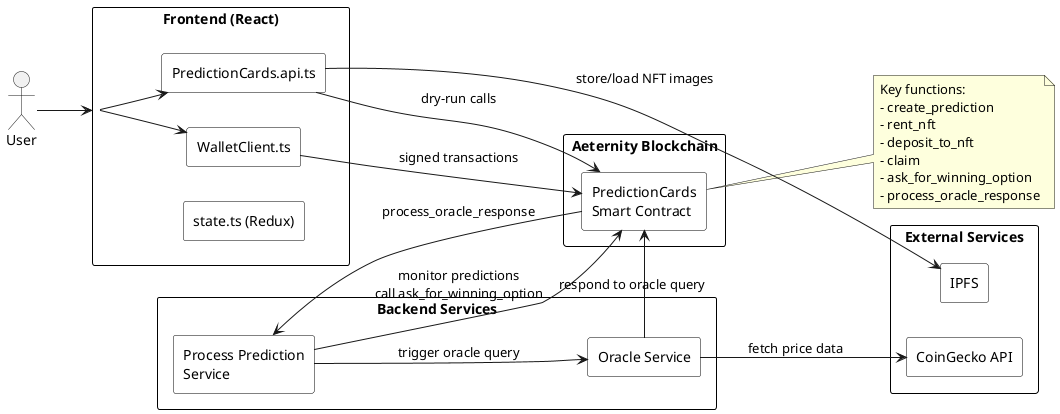
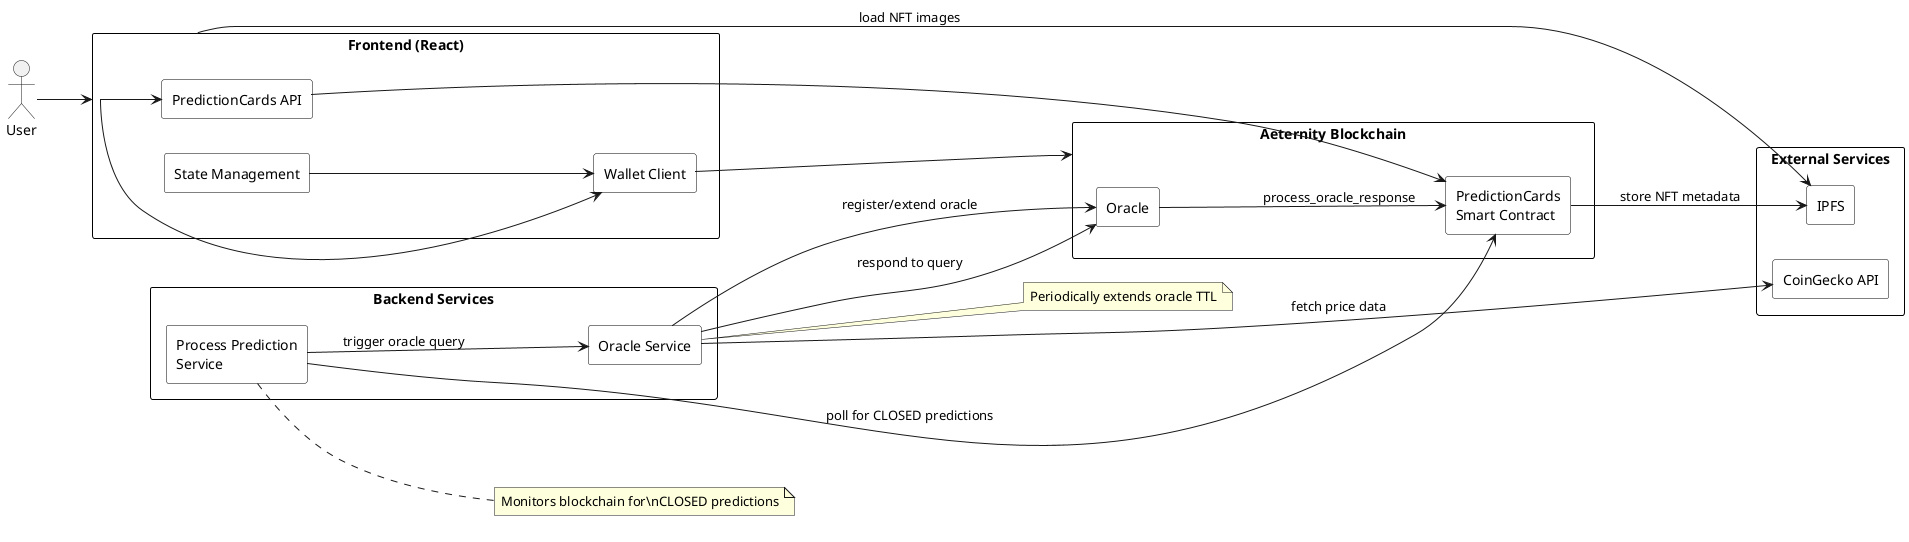
@startuml kryptokrauts_ae-prediction-cards
skinparam rectangle {
  BackgroundColor #ffffff
  BorderColor black
  Style roundrect
}
left to right direction

actor User

- rectangle "Frontend (React)" as FE {
-   rectangle "WalletClient.ts" as WalletClient
-   rectangle "PredictionCards.api.ts" as PredictionAPI
-   rectangle "state.ts (Redux)" as Redux
+ rectangle "Frontend (React)" as Frontend {
+   rectangle "Wallet Client" as WalletClient
+   rectangle "PredictionCards API" as PredictionAPI
+   rectangle "State Management" as State
}

rectangle "Aeternity Blockchain" as Blockchain {
  rectangle "PredictionCards\nSmart Contract" as Contract
+   rectangle "Oracle" as Oracle
}

- rectangle "Backend Services" {
+ rectangle "Backend Services" as Backend {
+   rectangle "Process Prediction\nService" as PredictionService
  rectangle "Oracle Service" as OracleService
-   rectangle "Process Prediction\nService" as PredictionService
}

- rectangle "External Services" {
+ rectangle "External Services" as External {
  rectangle "CoinGecko API" as CoinGecko
  rectangle "IPFS" as IPFS
}

- User --> FE
- FE --> WalletClient
- FE --> PredictionAPI
- PredictionAPI --> Contract : dry-run calls
- WalletClient --> Contract : signed transactions
- PredictionAPI --> IPFS : store/load NFT images
+ ' Frontend connections
+ User --> Frontend
+ Frontend --> WalletClient
+ Frontend --> PredictionAPI
+ PredictionAPI --> Contract
+ WalletClient --> Blockchain
+ State --> WalletClient

- PredictionService --> Contract : monitor predictions\ncall ask_for_winning_option
- Contract --> PredictionService : process_oracle_response
+ ' Backend services
+ PredictionService --> Contract : poll for CLOSED predictions
PredictionService --> OracleService : trigger oracle query
- OracleService --> Contract : respond to oracle query
+ OracleService --> Oracle : register/extend oracle
OracleService --> CoinGecko : fetch price data
+ OracleService --> Oracle : respond to query
+ Oracle --> Contract : process_oracle_response

- note right of Contract
-   Key functions:
-   - create_prediction
-   - rent_nft
-   - deposit_to_nft
-   - claim
-   - ask_for_winning_option
-   - process_oracle_response
+ ' External services
+ Frontend --> IPFS : load NFT images
+ Contract --> IPFS : store NFT metadata
+ 
+ note right of OracleService
+   Periodically extends oracle TTL
+ end note
+ 
+ note right of PredictionService
+   Monitors blockchain for\nCLOSED predictions
end note
@enduml